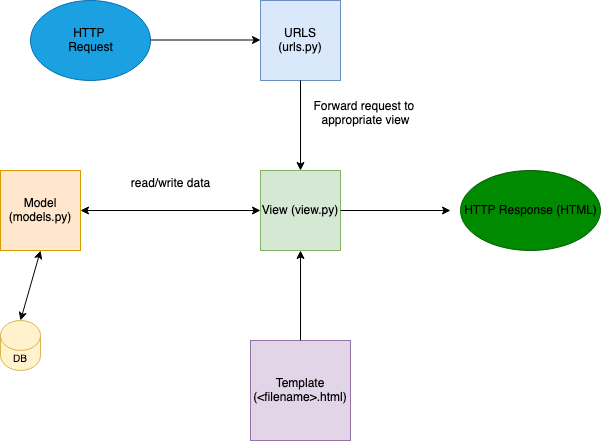
The draw.io diagram image/bagan.png in nandapratama21/inventorypower, before a commit. Source tidied: cells renumbered, new cells last; positions are measured from the earlier drawing's top-left corner, leaving out a move shared by most shapes.
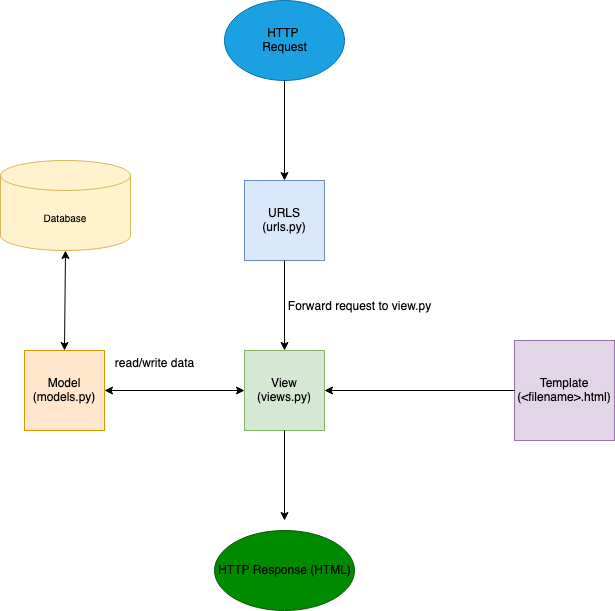
After the change.

Change to the diagram source:
```diff
@@ -3,18 +3,18 @@
     <mxCell id="0" />
     <mxCell id="1" parent="0" />
     <mxCell id="2" style="ellipse;whiteSpace=wrap;html=1;fillColor=#1ba1e2;fontColor=#ffffff;strokeColor=#006EAF;" parent="1" vertex="1">
-      <mxGeometry x="30" width="120" height="80" as="geometry" />
+      <mxGeometry x="240" y="-180" width="120" height="80" as="geometry" />
     </mxCell>
     <mxCell id="3" style="ellipse;whiteSpace=wrap;html=1;fillColor=#008a00;fontColor=#ffffff;strokeColor=#005700;" parent="1" vertex="1">
-      <mxGeometry x="460" y="170" width="140" height="80" as="geometry" />
+      <mxGeometry x="230" y="350" width="140" height="80" as="geometry" />
     </mxCell>
     <mxCell id="4" value="Model (models.py)" style="whiteSpace=wrap;html=1;fillColor=#ffe6cc;strokeColor=#d79b00;" parent="1" vertex="1">
-      <mxGeometry y="170" width="80" height="80" as="geometry" />
+      <mxGeometry x="40" y="170" width="80" height="80" as="geometry" />
     </mxCell>
-    <mxCell id="5" value="&lt;font size=&quot;1&quot;&gt;DB&lt;/font&gt;" style="shape=cylinder3;whiteSpace=wrap;html=1;boundedLbl=1;backgroundOutline=1;size=15;fillColor=#fff2cc;strokeColor=#d6b656;" parent="1" vertex="1">
-      <mxGeometry y="320" width="40" height="50" as="geometry" />
+    <mxCell id="5" value="&lt;font size=&quot;1&quot;&gt;Database&lt;/font&gt;" style="shape=cylinder3;whiteSpace=wrap;html=1;boundedLbl=1;backgroundOutline=1;size=15;fillColor=#fff2cc;strokeColor=#d6b656;" parent="1" vertex="1">
+      <mxGeometry x="16" y="-20" width="130" height="90" as="geometry" />
     </mxCell>
-    <mxCell id="6" value="&lt;font style=&quot;font-size: 12px;&quot;&gt;View (view.py)&lt;br&gt;&lt;/font&gt;" style="whiteSpace=wrap;html=1;fontSize=7;fillColor=#d5e8d4;strokeColor=#82b366;" parent="1" vertex="1">
+    <mxCell id="6" value="&lt;font style=&quot;font-size: 12px;&quot;&gt;View (views.py)&lt;br&gt;&lt;/font&gt;" style="whiteSpace=wrap;html=1;fontSize=7;fillColor=#d5e8d4;strokeColor=#82b366;" parent="1" vertex="1">
       <mxGeometry x="260" y="170" width="80" height="80" as="geometry" />
     </mxCell>
     <mxCell id="7" style="endArrow=classic;startArrow=classic;html=1;rounded=0;fontSize=12;exitX=1;exitY=0.5;exitDx=0;exitDy=0;" parent="1" edge="1" source="4">
@@ -25,16 +25,16 @@
     <mxCell id="8" value="&lt;div&gt;read/write data&lt;/div&gt;&lt;div&gt;&lt;br&gt;&lt;/div&gt;" style="text;html=1;align=center;verticalAlign=middle;strokeColor=none;fillColor=none;fontSize=12;" parent="1" vertex="1">
       <mxGeometry x="120" y="170" width="100" height="40" as="geometry" />
     </mxCell>
-    <mxCell id="9" style="endArrow=classic;startArrow=classic;html=1;rounded=0;fontSize=12;entryX=0.5;entryY=1;entryDx=0;entryDy=0;" parent="1" edge="1" target="4">
-      <mxGeometry relative="1" as="geometry">
-        <mxPoint x="20" y="320" as="sourcePoint" />
-      </mxGeometry>
+    <mxCell id="9" style="endArrow=classic;startArrow=classic;html=1;rounded=0;fontSize=12;entryX=0.5;entryY=1;entryDx=0;entryDy=0;entryPerimeter=0;exitX=0.5;exitY=0;exitDx=0;exitDy=0;" parent="1" edge="1" source="4" target="5">
+      <mxGeometry relative="1" as="geometry" />
     </mxCell>
     <mxCell id="10" value="&lt;div&gt;&lt;br&gt;&lt;/div&gt;&lt;div&gt;HTTP Response (HTML)&lt;/div&gt;&lt;div&gt;&lt;br&gt;&lt;/div&gt;" style="text;html=1;align=center;verticalAlign=middle;points=[];strokeColor=none;fillColor=none;fontSize=12;" parent="1" vertex="1">
-      <mxGeometry x="450" y="180" width="160" height="60" as="geometry" />
+      <mxGeometry x="220" y="360" width="160" height="60" as="geometry" />
     </mxCell>
-    <mxCell id="11" style="endArrow=classic;html=1;rounded=0;fontSize=12;exitX=1;exitY=0.5;exitDx=0;exitDy=0;" parent="1" edge="1" source="6" target="10">
-      <mxGeometry relative="1" as="geometry" />
+    <mxCell id="11" style="endArrow=classic;html=1;rounded=0;fontSize=12;exitX=0.5;exitY=1;exitDx=0;exitDy=0;" parent="1" edge="1" source="6">
+      <mxGeometry relative="1" as="geometry">
+        <mxPoint x="300" y="340" as="targetPoint" />
+      </mxGeometry>
     </mxCell>
     <mxCell id="12" value="&lt;div&gt;&lt;font style=&quot;font-size: 12px;&quot;&gt;URLS (urls.py)&lt;/font&gt;&lt;/div&gt;" style="whiteSpace=wrap;html=1;fontSize=7;fillColor=#dae8fc;strokeColor=#6c8ebf;" parent="1" vertex="1">
       <mxGeometry x="260" width="80" height="80" as="geometry" />
@@ -42,22 +42,19 @@
     <mxCell id="13" style="endArrow=classic;html=1;rounded=0;fontSize=12;entryX=0.5;entryY=0;entryDx=0;entryDy=0;exitX=0.5;exitY=1;exitDx=0;exitDy=0;" parent="1" edge="1" source="12" target="6">
       <mxGeometry relative="1" as="geometry" />
     </mxCell>
-    <mxCell id="14" value="&lt;div&gt;Forward request to&amp;nbsp;&lt;/div&gt;&lt;div&gt;appropriate view&lt;/div&gt;&lt;div&gt;&lt;br&gt;&lt;/div&gt;" style="text;html=1;align=center;verticalAlign=middle;strokeColor=none;fillColor=none;fontSize=12;" parent="1" vertex="1">
-      <mxGeometry x="300" y="90" width="130" height="60" as="geometry" />
+    <mxCell id="14" value="&lt;div&gt;Forward request to view.py&lt;/div&gt;&lt;div&gt;&lt;br&gt;&lt;/div&gt;&lt;div&gt;&lt;br&gt;&lt;/div&gt;" style="text;html=1;align=center;verticalAlign=middle;strokeColor=none;fillColor=none;fontSize=12;" parent="1" vertex="1">
+      <mxGeometry x="290" y="110" width="170" height="60" as="geometry" />
     </mxCell>
     <mxCell id="15" value="&lt;div&gt;&lt;br&gt;&lt;/div&gt;&lt;div&gt;HTTP&amp;nbsp;&lt;/div&gt;&lt;div&gt;Request&lt;br&gt;&lt;/div&gt;&lt;div&gt;&lt;br&gt;&lt;/div&gt;" style="text;html=1;align=center;verticalAlign=middle;strokeColor=none;fillColor=none;fontSize=12;" parent="1" vertex="1">
-      <mxGeometry x="55" y="5" width="70" height="70" as="geometry" />
+      <mxGeometry x="265" y="-175" width="70" height="70" as="geometry" />
     </mxCell>
-    <mxCell id="16" style="endArrow=classic;html=1;rounded=0;fontSize=12;exitX=1;exitY=0.5;exitDx=0;exitDy=0;" parent="1" edge="1">
-      <mxGeometry relative="1" as="geometry">
-        <mxPoint x="150" y="39.5" as="sourcePoint" />
-        <mxPoint x="260" y="39.5" as="targetPoint" />
-      </mxGeometry>
+    <mxCell id="16" style="endArrow=classic;html=1;rounded=0;fontSize=12;exitX=0.5;exitY=1;exitDx=0;exitDy=0;entryX=0.5;entryY=0;entryDx=0;entryDy=0;" parent="1" edge="1" source="2" target="12">
+      <mxGeometry relative="1" as="geometry" />
     </mxCell>
     <mxCell id="17" value="&lt;font style=&quot;font-size: 12px;&quot;&gt;Template (&amp;lt;filename&amp;gt;.html)&lt;br&gt;&lt;/font&gt;" style="whiteSpace=wrap;html=1;fontSize=7;fillColor=#e1d5e7;strokeColor=#9673a6;" parent="1" vertex="1">
-      <mxGeometry x="250" y="340" width="100" height="100" as="geometry" />
+      <mxGeometry x="530" y="160" width="100" height="100" as="geometry" />
     </mxCell>
-    <mxCell id="18" style="endArrow=classic;html=1;rounded=0;fontSize=12;entryX=0.5;entryY=1;entryDx=0;entryDy=0;exitX=0.5;exitY=0;exitDx=0;exitDy=0;" parent="1" edge="1" source="17" target="6">
+    <mxCell id="18" style="endArrow=classic;html=1;rounded=0;fontSize=12;entryX=1;entryY=0.5;entryDx=0;entryDy=0;exitX=0;exitY=0.5;exitDx=0;exitDy=0;" parent="1" edge="1" source="17" target="6">
       <mxGeometry relative="1" as="geometry" />
     </mxCell>
   </root>
```
